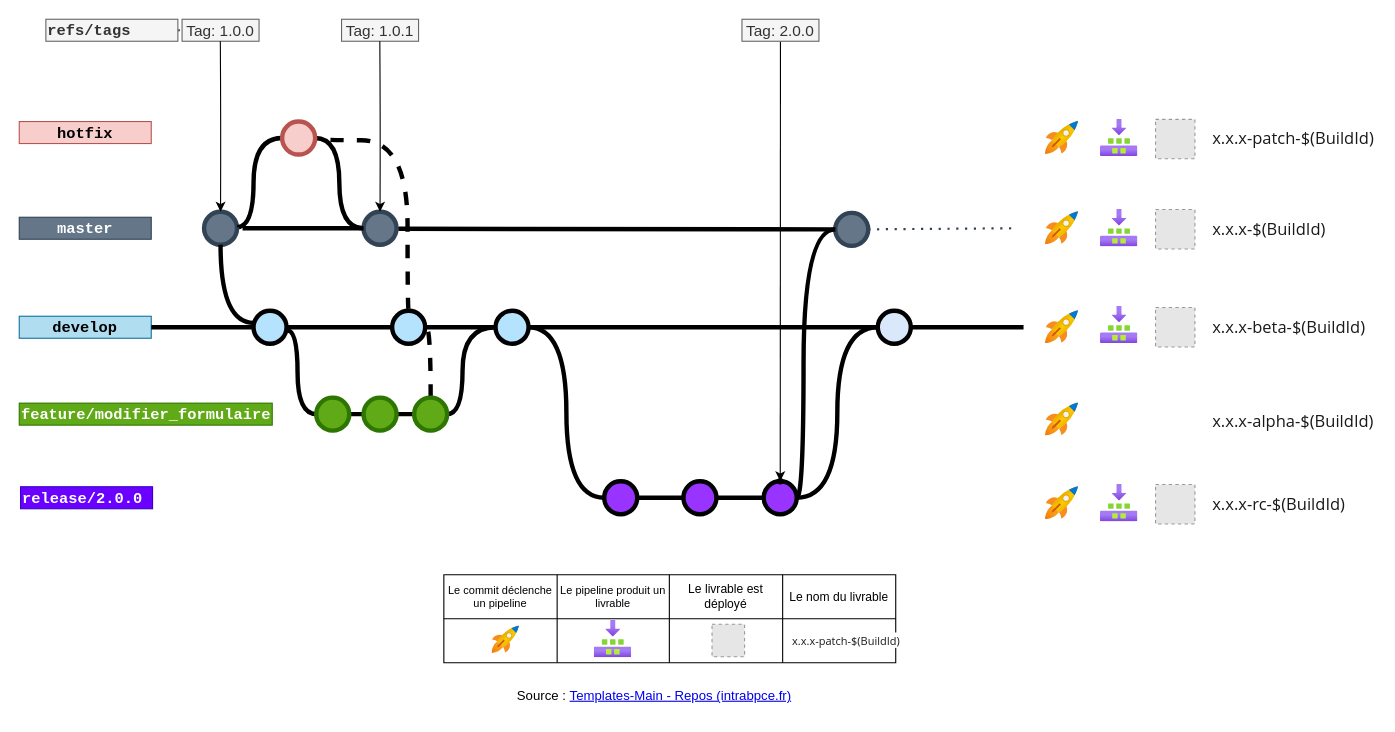
Above: page "Interaction lfow-pipeline" (2 of 6) of BP_SAC_gitflow.drawio in jmrablat/GITFLOW-BP-SAC (draw.io), before the change. Source tidied: cells renumbered, new cells numbered last; positions are measured from the earlier drawing's top-left corner, leaving out a move shared by most shapes. Both pictures are drawn from the tidied source at 110%, with x=0, y=0 at pixel (19, 19). Pictures stored in the file or linked from it are replaced by grey dashed boxes.
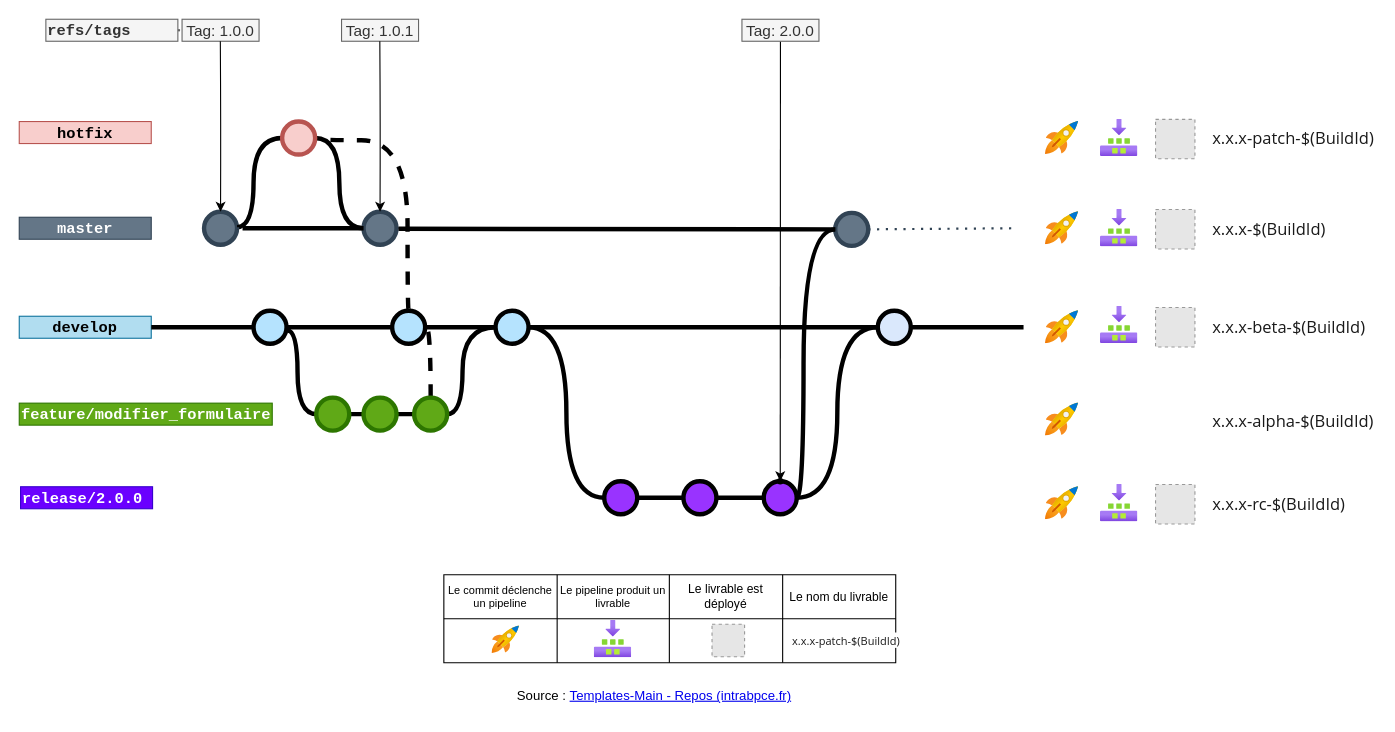
The same page after the edit.

Unchanged cells that the change refers to:
```xml
<mxCell id="39" style="verticalLabelPosition=bottom;verticalAlign=top;html=1;strokeWidth=4;shape=mxgraph.flowchart.on-page_reference;fillColor=#647687;strokeColor=#314354;fontColor=#ffffff;" parent="1" vertex="1">
  <mxGeometry x="168" y="175" width="30" height="30" as="geometry" />
</mxCell>
```

Diff of the diagram source:
```diff
@@
-    <mxCell id="40" style="edgeStyle=orthogonalEdgeStyle;shape=connector;curved=1;rounded=0;jettySize=auto;html=1;labelBackgroundColor=default;fontFamily=Helvetica;fontSize=15;fontColor=default;endArrow=none;endFill=0;strokeColor=default;strokeWidth=4;entryX=0;entryY=0.5;entryDx=0;entryDy=0;entryPerimeter=0;exitX=0.5;exitY=1;exitDx=0;exitDy=0;exitPerimeter=0;" parent="1" edge="1" source="39">
-      <mxGeometry relative="1" as="geometry">
-        <mxPoint x="213" y="276" as="targetPoint" />
-        <Array as="points">
-          <mxPoint x="183" y="276" />
-        </Array>
-      </mxGeometry>
-    </mxCell>
```
